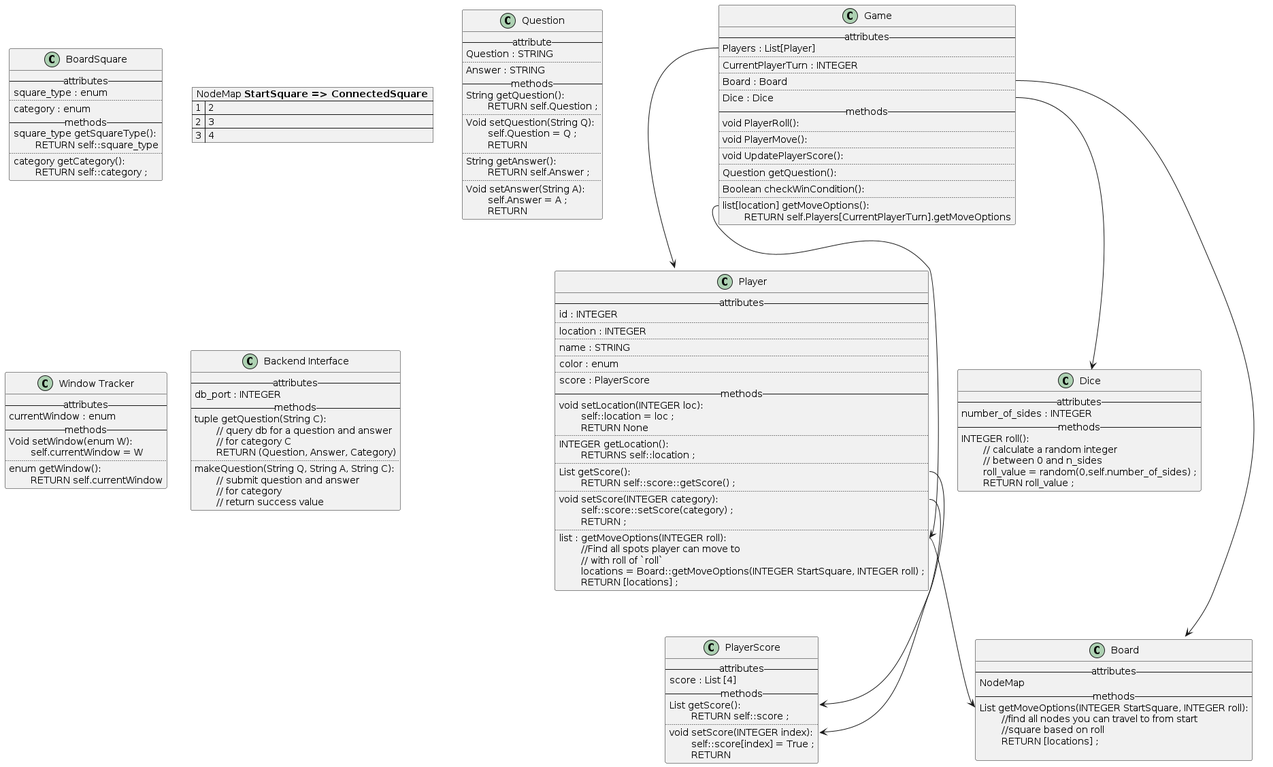
The PlantUML diagram Class_Diagrams/server_pseudocode.png in ttimmer2/TrivialCompute, before a commit.
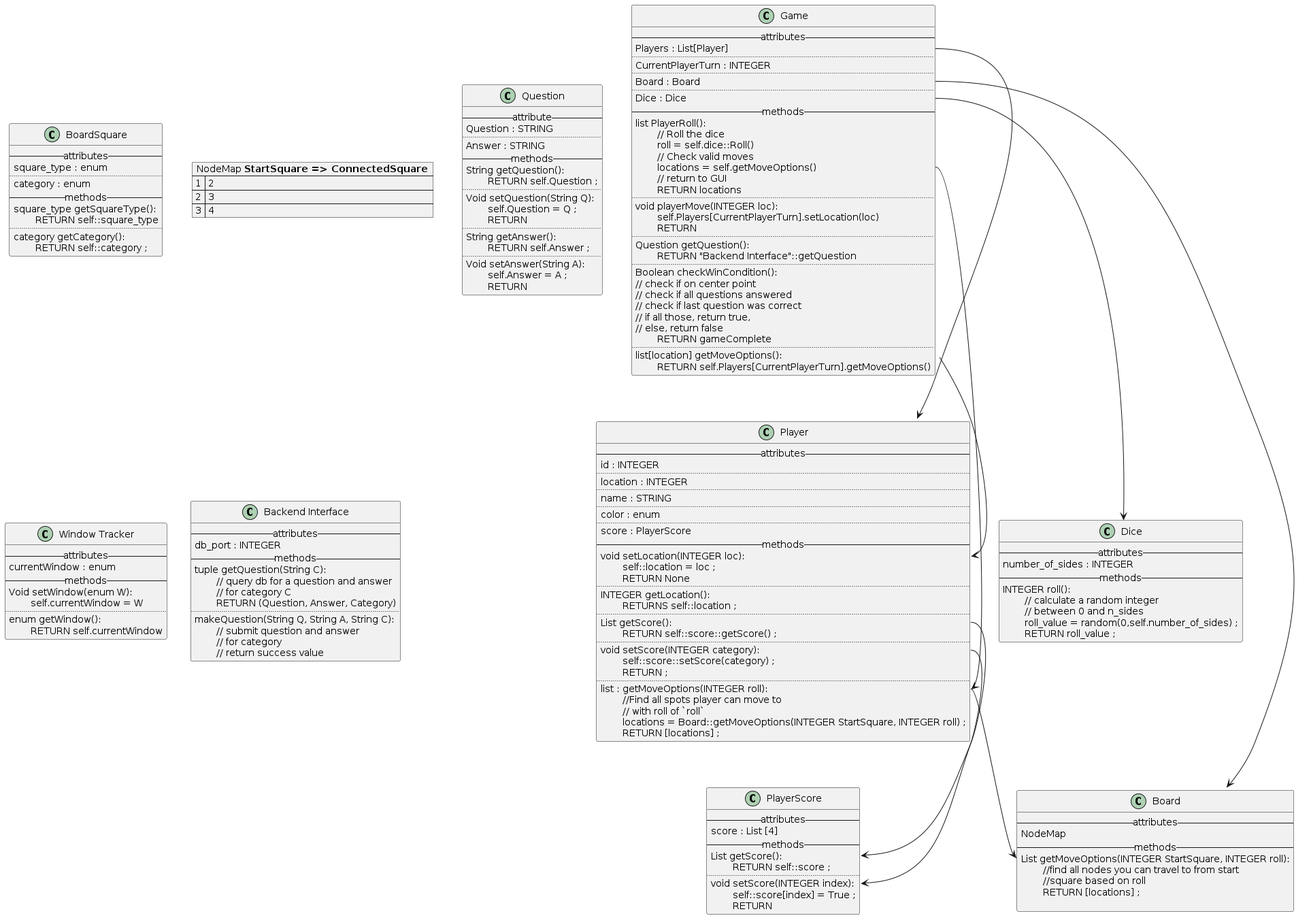
After the change.

Diff of the diagram source:
```diff
@@ -84,18 +84,31 @@
   ..
   Dice : Dice
   --methods--
-  void PlayerRoll():
+  list PlayerRoll():
+    \t// Roll the dice
+    \troll = self.dice::Roll()
+    \t// Check valid moves
+    \tlocations = self.getMoveOptions()
+    \t// return to GUI
+    \tRETURN locations
   ..
-  void PlayerMove():
-  ..
-  void UpdatePlayerScore():
+  void playerMove(INTEGER loc):
+  \tself.Players[CurrentPlayerTurn].setLocation(loc)
+  \tRETURN
   ..
   Question getQuestion():
+  \\tRETURN "Backend Interface"::getQuestion
   ..
   Boolean checkWinCondition():
+  // check if on center point
+  // check if all questions answered
+  // check if last question was correct
+  // if all those, return true,
+  // else, return false
+  \tRETURN gameComplete
   ..
   list[location] getMoveOptions():
-  \tRETURN self.Players[CurrentPlayerTurn].getMoveOptions
+  \tRETURN self.Players[CurrentPlayerTurn].getMoveOptions()
 }
 
 Class Board{
@@ -163,5 +176,6 @@
 Game::Board --> Board
 Game::Dice --> Dice
 Game::getMoveOptions --> Player::getMoveOptions
+Game::PlayerMove --> Player::setLocation
 
 @enduml
```
